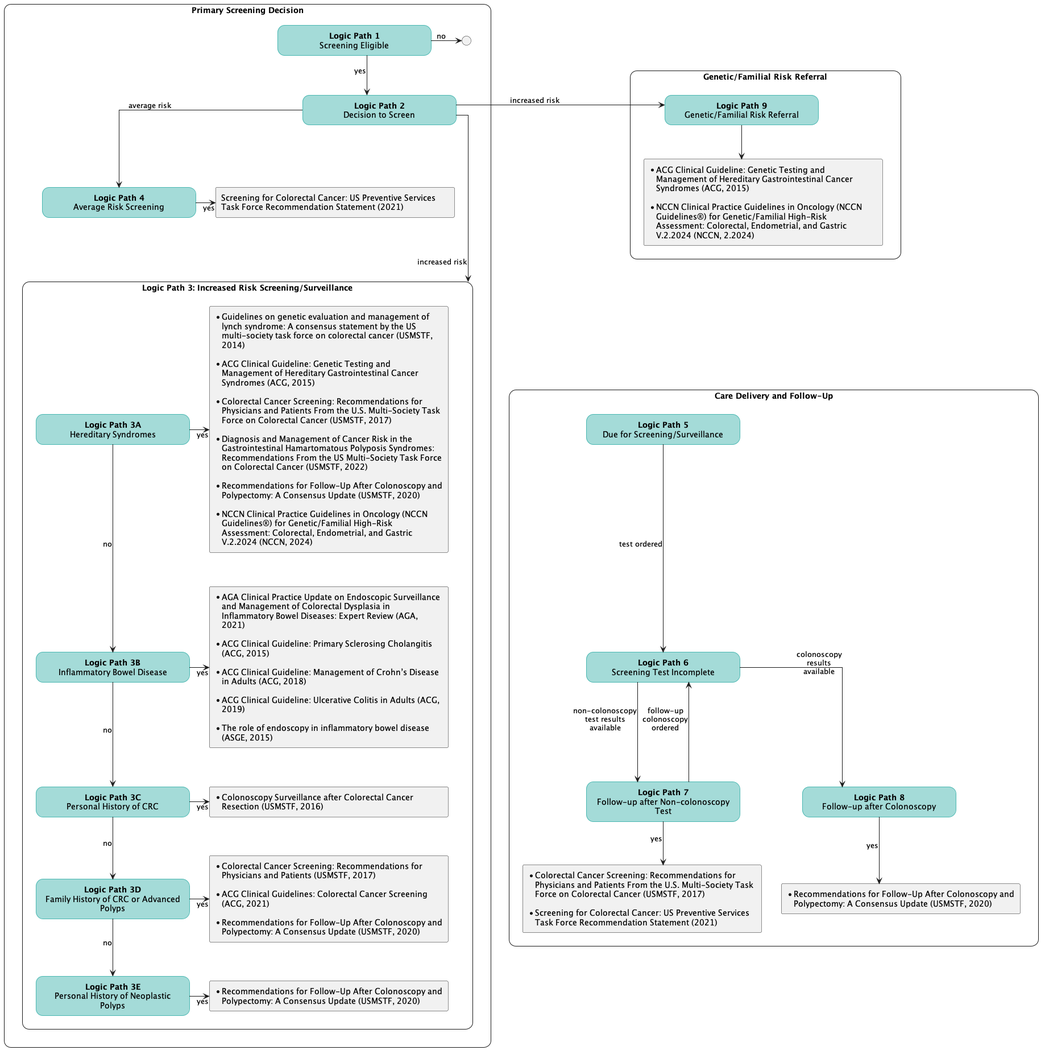
Before: input/images/highlevelcrc.png, a diagram exported from PlantUML (CancerScreeningCDS/crcsm-cds).
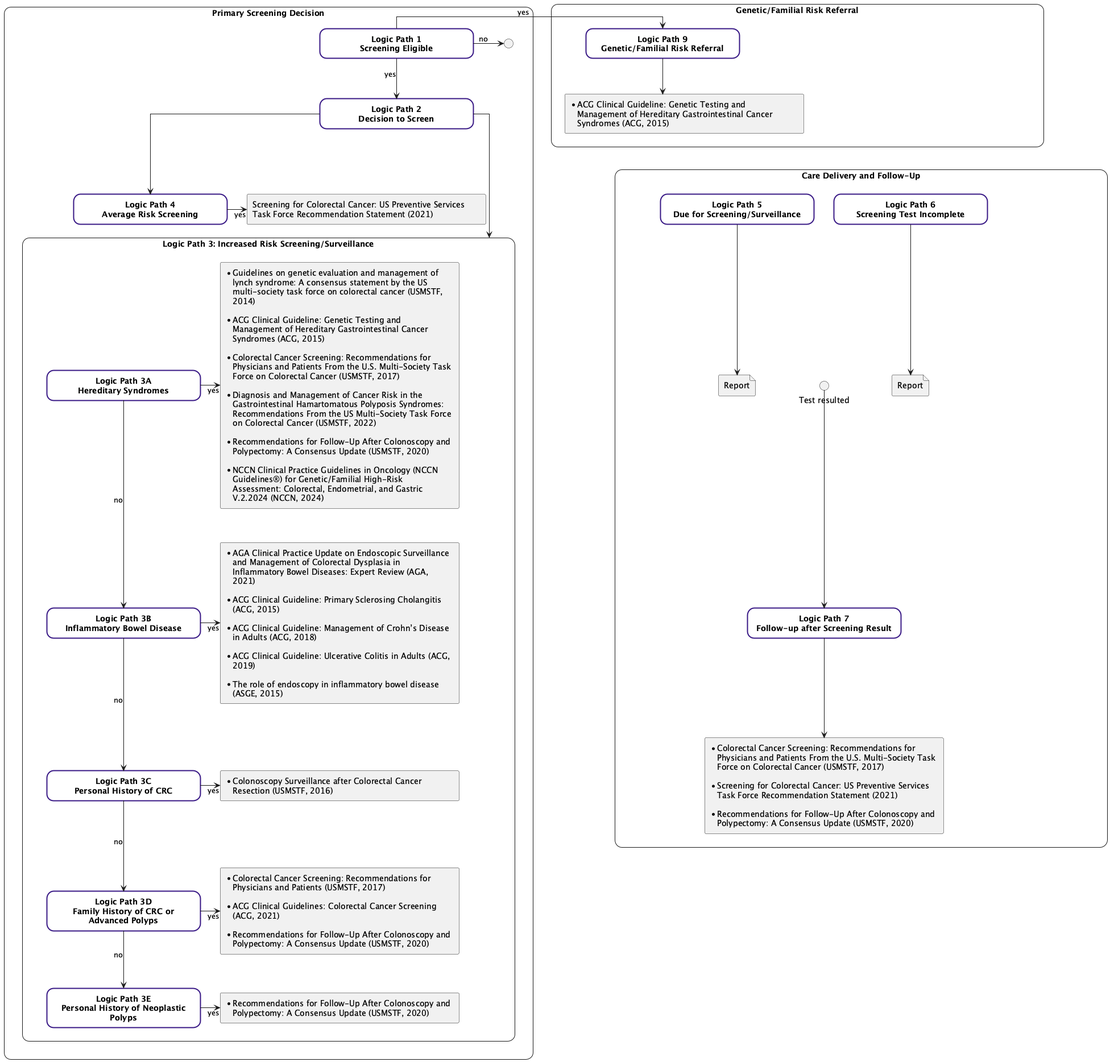
After the change.

Commit message:
update high level image

The edit, as a diff of the source:
```diff
@@ -4,15 +4,14 @@
 <style>
     .main {
         RoundCorner 25
-        MaximumWidth 1400
-        MinimumWidth 1400
-        FontStyle Regular
+        MaximumWidth 850
+        MinimumWidth 850
     }
-
     .roundbox {
-        BackGroundColor A4DBD8
-        LineThickness 1
-        LineColor 49b7b1
+        FontStyle bold
+        BackGroundColor white
+        LineThickness: 2;
+        LineColor: #381885;
         HorizontalAlignment center
         RoundCorner 25
         MaximumWidth 250
@@ -22,7 +21,6 @@
         MinimumWidth 400
         MaximumWidth 400
     }
-
     label {
         FontStyle bold
         HorizontalAlignment center
@@ -68,35 +66,35 @@
 
     path_eligible -d-> path_decision: yes
     path_eligible -[norank]-> end_connector: no
-    path_decision -d-> increased_risk: "increased risk"
-    path_decision -d-> path_avg_risk: "average risk"
+    path_decision -d-> increased_risk
+    path_decision -d-> path_avg_risk
     path_avg_risk -> ref_uspstf: yes
     path_avg_risk -[hidden]d-> increased_risk
 }
 
 rectangle "**Care Delivery and Follow-Up**" <<main>> as followup {
     rectangle "**Logic Path 5**\nDue for Screening/Surveillance" <<roundbox>> as path_due
-    rectangle "**Logic Path 6**\nScreening Test Incomplete" <<roundbox>> as path_screen
-    rectangle "**Logic Path 7**\nFollow-up after Non-colonoscopy Test" <<roundbox>> as path_followup
-        rectangle "*Colorectal Cancer Screening: Recommendations for Physicians and Patients From the U.S. Multi-Society Task Force on Colorectal Cancer (USMSTF, 2017)\n\n* Screening for Colorectal Cancer: US Preventive Services Task Force Recommendation Statement (2021)" <<citation>> as ref_nonColonoscopyFollowup
-    rectangle "**Logic Path 8**\nFollow-up after Colonoscopy"<<roundbox>> as path_followup_col
-        rectangle "*Recommendations for Follow-Up After Colonoscopy and Polypectomy: A Consensus Update (USMSTF, 2020)" <<citation>> as ref_colonoscopyFollowup
-    path_due -d-> path_screen: test ordered
-    path_screen-d->path_followup: "non-colonoscopy\ntest results\navailable"
-    path_followup-u->path_screen: "follow-up\ncolonoscopy\nordered"
-    path_followup -d-> ref_nonColonoscopyFollowup : yes
-    path_screen-d->path_followup_col: "colonoscopy\nresults\navailable"
-    path_followup_col -d-> ref_colonoscopyFollowup : yes
+    rectangle "**Logic Path 6**\nScreening Test Incomplete" <<roundbox>> as path_screen_incomplete
+    rectangle "**Logic Path 7**\nFollow-up after Screening Result" <<roundbox>> as path_followup
+    rectangle "*Colorectal Cancer Screening: Recommendations for Physicians and Patients From the U.S. Multi-Society Task Force on Colorectal Cancer (USMSTF, 2017)\n\n* Screening for Colorectal Cancer: US Preventive Services Task Force Recommendation Statement (2021)\n\n*Recommendations for Follow-Up After Colonoscopy and Polypectomy: A Consensus Update (USMSTF, 2020)" <<citation>> as ref_Followup
+    file "Report" as path_due_end
+    file "Report" as path_screen_incomplete_end
+    circle "Test resulted" as start_path_followup
+
+    path_due -d-> path_due_end
+    path_screen_incomplete -d-> path_screen_incomplete_end
+    start_path_followup -d-> path_followup
+    path_followup -d-> ref_Followup
+    path_due -[hidden]-> start_path_followup
+    path_screen_incomplete-[hidden]-> start_path_followup
 }
 
 rectangle "**Genetic/Familial Risk Referral**" <<main>> as genetic {
     rectangle "**Logic Path 9**\nGenetic/Familial Risk Referral" <<roundbox>> as path_genetic_risk
-    rectangle "*ACG Clinical Guideline: Genetic Testing and Management of Hereditary Gastrointestinal Cancer Syndromes (ACG, 2015)\n\n* NCCN Clinical Practice Guidelines in Oncology (NCCN Guidelines®) for Genetic/Familial High-Risk Assessment: Colorectal, Endometrial, and Gastric V.2.2024 (NCCN, 2.2024)" <<citation>> as ref_genetic_risk
+    rectangle "*ACG Clinical Guideline: Genetic Testing and Management of Hereditary Gastrointestinal Cancer Syndromes (ACG, 2015)" <<citation>> as ref_genetic_risk
 
     path_genetic_risk --> ref_genetic_risk
 }
-
+path_eligible -r--> path_genetic_risk:"yes"
 genetic -[hidden]d--> followup
-path_decision -> path_genetic_risk: "increased risk"
-
 @enduml
```
